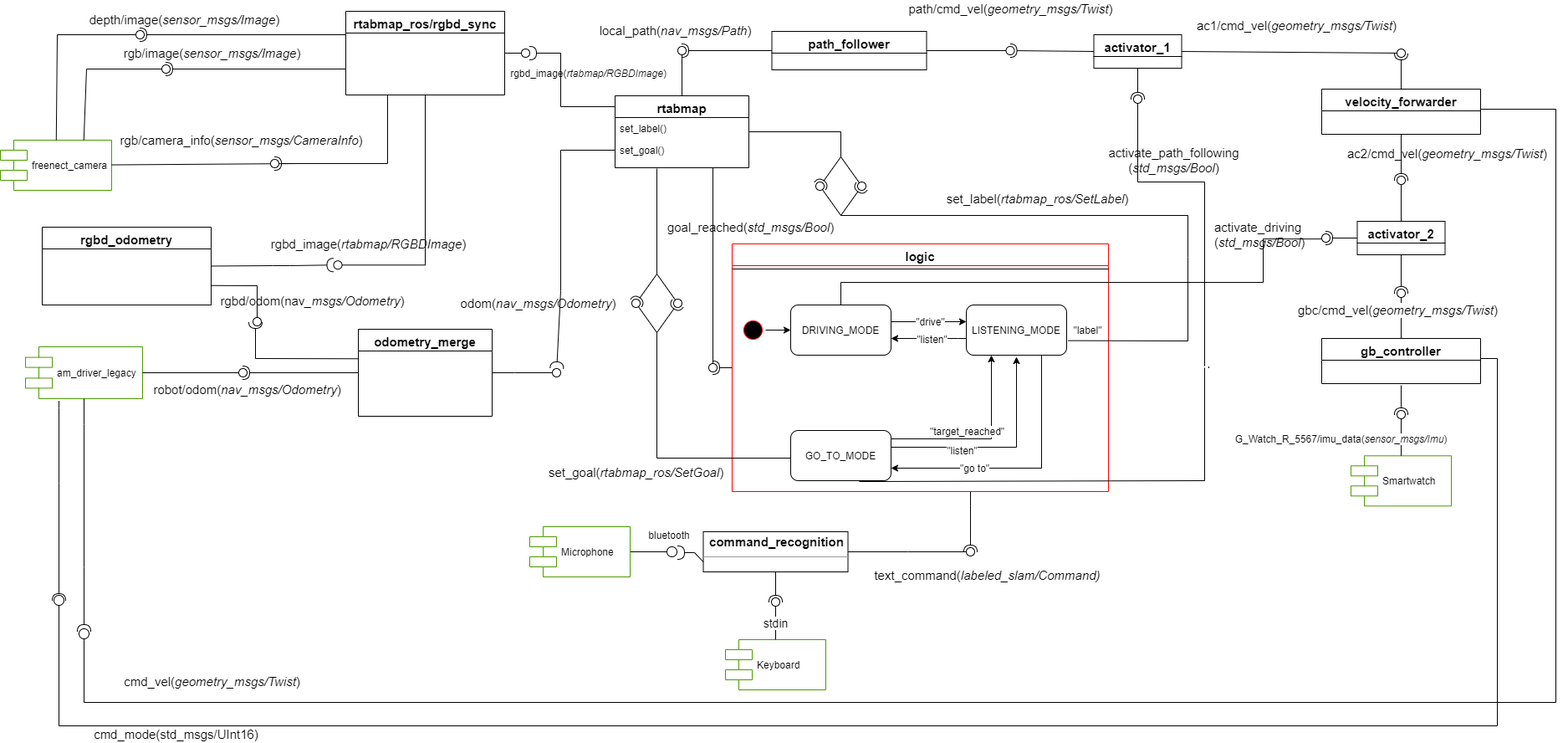
Before: UML.png, a diagram exported from draw.io (danieto98/SofAR_Project). Source tidied: cells renumbered, new cells last; positions are measured from the earlier drawing's top-left corner, leaving out a move shared by most shapes.
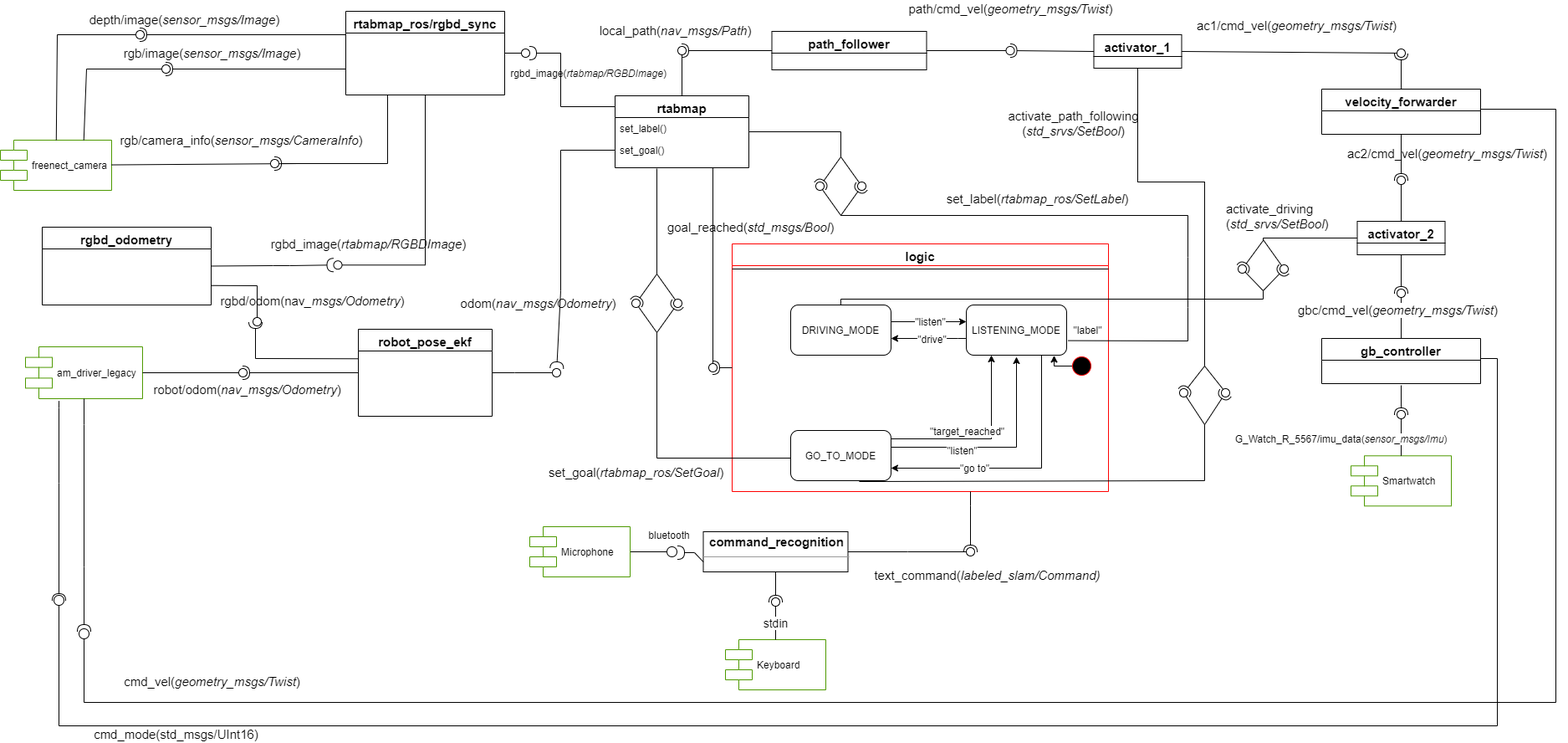
After the commit.

Commit message:
Updated UML with latest information for reporting

The edit, as a diff of the source:
```diff
@@ -11,7 +11,7 @@
     <mxCell id="4" value="set_goal()" style="text;align=left;verticalAlign=top;spacingLeft=4;spacingRight=4;overflow=hidden;points=[[0,0.5],[1,0.5]];portConstraint=eastwest;" parent="2" vertex="1">
       <mxGeometry y="52" width="160" height="26" as="geometry" />
     </mxCell>
-    <mxCell id="5" value="odometry_merge" style="swimlane;fontStyle=1;align=center;verticalAlign=top;horizontal=1;startSize=26;fontSize=15;" parent="1" vertex="1">
+    <mxCell id="5" value="robot_pose_ekf" style="swimlane;fontStyle=1;align=center;verticalAlign=top;horizontal=1;startSize=26;fontSize=15;" parent="1" vertex="1">
       <mxGeometry x="428" y="393" width="160" height="104" as="geometry" />
     </mxCell>
     <mxCell id="6" value="rtabmap_ros/rgbd_sync" style="swimlane;fontStyle=1;align=center;verticalAlign=top;horizontal=1;startSize=26;fontSize=15;" parent="1" vertex="1">
@@ -106,28 +106,31 @@
         </Array>
       </mxGeometry>
     </mxCell>
-    <mxCell id="26" value="&quot;drive&quot;" style="text;html=1;align=center;verticalAlign=middle;labelBackgroundColor=#ffffff;" parent="25" vertex="1">
+    <mxCell id="26" value="&quot;listen&quot;" style="text;html=1;align=center;verticalAlign=middle;labelBackgroundColor=#ffffff;" parent="25" vertex="1">
       <mxGeometry x="-0.21" y="1" relative="1" as="geometry">
         <mxPoint x="17" as="offset" />
       </mxGeometry>
     </mxCell>
-    <mxCell id="27" style="edgeStyle=orthogonalEdgeStyle;rounded=0;jettySize=auto;html=1;exitX=0.5;exitY=0;exitDx=0;exitDy=0;endArrow=none;endFill=0;entryX=-0.029;entryY=0.614;entryDx=0;entryDy=0;entryPerimeter=0;" parent="1" edge="1" source="28" target="119">
-      <mxGeometry relative="1" as="geometry">
-        <Array as="points">
-          <mxPoint x="1005" y="337" />
-          <mxPoint x="1510" y="337" />
-          <mxPoint x="1510" y="285" />
-        </Array>
-      </mxGeometry>
-    </mxCell>
+    <mxCell id="143" style="edgeStyle=orthogonalEdgeStyle;rounded=0;jettySize=auto;html=1;endArrow=none;endFill=0;" parent="1" edge="1" source="28">
+      <mxGeometry relative="1" as="geometry">
+        <mxPoint x="1510" y="347" as="targetPoint" />
+        <Array as="points">
+          <mxPoint x="1005" y="357" />
+        </Array>
+      </mxGeometry>
+    </mxCell>
     <mxCell id="28" value="DRIVING_MODE" style="rounded=1;whiteSpace=wrap;html=1;fillColor=#FFFFFF;" parent="1" vertex="1">
       <mxGeometry x="945" y="364" width="120" height="60" as="geometry" />
     </mxCell>
-    <mxCell id="29" style="edgeStyle=orthogonalEdgeStyle;rounded=0;jettySize=auto;html=1;entryX=0;entryY=0.5;entryDx=0;entryDy=0;" parent="1" edge="1" source="30" target="28">
-      <mxGeometry relative="1" as="geometry" />
+    <mxCell id="29" style="edgeStyle=elbowEdgeStyle;rounded=0;jettySize=auto;html=1;exitX=0.127;exitY=0.5;exitDx=0;exitDy=0;exitPerimeter=0;entryX=0.875;entryY=1.006;entryDx=0;entryDy=0;entryPerimeter=0;" parent="1" edge="1" source="30" target="35">
+      <mxGeometry relative="1" as="geometry">
+        <Array as="points">
+          <mxPoint x="1260" y="427" />
+        </Array>
+      </mxGeometry>
     </mxCell>
     <mxCell id="30" style="ellipse;html=1;shape=startState;fillColor=#000000;strokeColor=#ff0000;" parent="1" vertex="1">
-      <mxGeometry x="885" y="379" width="30" height="30" as="geometry" />
+      <mxGeometry x="1278" y="422" width="30" height="30" as="geometry" />
     </mxCell>
     <mxCell id="31" style="edgeStyle=orthogonalEdgeStyle;rounded=0;jettySize=auto;html=1;" parent="1" edge="1" source="35" target="28">
       <mxGeometry relative="1" as="geometry">
@@ -137,7 +140,7 @@
         </Array>
       </mxGeometry>
     </mxCell>
-    <mxCell id="32" value="&quot;listen&quot;" style="text;html=1;align=center;verticalAlign=middle;labelBackgroundColor=#ffffff;" parent="31" vertex="1">
+    <mxCell id="32" value="&quot;drive&quot;" style="text;html=1;align=center;verticalAlign=middle;labelBackgroundColor=#ffffff;" parent="31" vertex="1">
       <mxGeometry x="-0.07" relative="1" as="geometry" />
     </mxCell>
     <mxCell id="33" style="edgeStyle=orthogonalEdgeStyle;rounded=0;jettySize=auto;html=1;entryX=1;entryY=0.75;entryDx=0;entryDy=0;" parent="1" edge="1" source="35" target="40">
@@ -356,6 +359,7 @@
         <mxPoint x="1420" y="257" as="targetPoint" />
         <Array as="points">
           <mxPoint x="1420" y="407" />
+          <mxPoint x="1420" y="367" />
           <mxPoint x="1420" y="307" />
         </Array>
       </mxGeometry>
@@ -491,40 +495,32 @@
         <mxPoint x="82" y="33" as="offset" />
       </mxGeometry>
     </mxCell>
-    <mxCell id="118" style="rounded=0;jettySize=auto;html=1;endArrow=halfCircle;endFill=0;entryX=0.5;entryY=0.5;entryDx=0;entryDy=0;endSize=6;strokeWidth=1;fontSize=15;" parent="1" edge="1" source="108" target="119">
-      <mxGeometry relative="1" as="geometry" />
-    </mxCell>
-    <mxCell id="119" style="ellipse;whiteSpace=wrap;html=1;fontFamily=Helvetica;fontSize=12;fontColor=#000000;align=center;strokeColor=#000000;fillColor=#ffffff;points=[];" parent="1" vertex="1">
-      <mxGeometry x="1580" y="279" width="10" height="10" as="geometry" />
-    </mxCell>
+    <mxCell id="144" style="edgeStyle=orthogonalEdgeStyle;rounded=0;jettySize=auto;html=1;endArrow=none;endFill=0;exitX=0;exitY=0.5;exitDx=0;exitDy=0;" parent="1" edge="1" source="108">
+      <mxGeometry relative="1" as="geometry">
+        <mxPoint x="1510" y="287" as="targetPoint" />
+        <Array as="points">
+          <mxPoint x="1510" y="284" />
+        </Array>
+      </mxGeometry>
+    </mxCell>
-    <mxCell id="120" value="&lt;div&gt;&lt;font style=&quot;font-size: 15px&quot;&gt;activate_path_following&lt;/font&gt;&lt;/div&gt;&lt;div&gt;&lt;font style=&quot;font-size: 15px&quot;&gt;(&lt;i&gt;std_msgs/Bool&lt;/i&gt;)&lt;/font&gt;&lt;/div&gt;" style="text;html=1;align=center;verticalAlign=middle;labelBackgroundColor=#ffffff;" parent="1" vertex="1">
-      <mxGeometry x="1300" y="157" as="geometry">
+    <mxCell id="120" value="&lt;div&gt;&lt;font style=&quot;font-size: 15px&quot;&gt;activate_path_following&lt;/font&gt;&lt;/div&gt;&lt;div&gt;&lt;font style=&quot;font-size: 15px&quot;&gt;(&lt;/font&gt;&lt;font style=&quot;font-size: 15px&quot;&gt;&lt;font style=&quot;font-size: 15px&quot;&gt;&lt;i&gt;std_srvs/SetBool&lt;/i&gt;&lt;/font&gt;)&lt;/font&gt;&lt;/div&gt;" style="text;html=1;align=center;verticalAlign=middle;labelBackgroundColor=#ffffff;" parent="1" vertex="1">
+      <mxGeometry x="1180" y="113" as="geometry">
         <mxPoint x="102" y="33" as="offset" />
       </mxGeometry>
     </mxCell>
-    <mxCell id="121" style="rounded=0;jettySize=auto;html=1;endArrow=none;endFill=0;fontSize=15;" parent="1" edge="1" target="123">
+    <mxCell id="121" style="rounded=0;orthogonalLoop=1;jettySize=auto;html=1;endArrow=none;endFill=0;fontSize=15;" parent="1" edge="1">
       <mxGeometry relative="1" as="geometry">
-        <mxPoint x="1440" y="437" as="sourcePoint" />
+        <mxPoint x="1440" y="427" as="sourcePoint" />
+        <mxPoint x="1360" y="123" as="targetPoint" />
         <Array as="points">
           <mxPoint x="1440" y="217" />
           <mxPoint x="1360" y="217" />
         </Array>
       </mxGeometry>
     </mxCell>
-    <mxCell id="122" style="rounded=0;jettySize=auto;html=1;endArrow=halfCircle;endFill=0;endSize=6;strokeWidth=1;fontSize=15;exitX=0.5;exitY=1;exitDx=0;exitDy=0;" parent="1" edge="1" source="63">
-      <mxGeometry relative="1" as="geometry">
-        <mxPoint x="1360" y="118" as="targetPoint" />
-      </mxGeometry>
-    </mxCell>
-    <mxCell id="123" style="ellipse;whiteSpace=wrap;html=1;fontFamily=Helvetica;fontSize=12;fontColor=#000000;align=center;strokeColor=#000000;fillColor=#ffffff;points=[];" parent="1" vertex="1">
-      <mxGeometry x="1355" y="113" width="10" height="10" as="geometry" />
-    </mxCell>
-    <mxCell id="124" style="line;strokeWidth=1;fillColor=none;align=left;verticalAlign=middle;spacingTop=-5;spacingLeft=-4;spacingRight=3;labelPosition=right;fontSize=15;direction=south;" parent="1" vertex="1">
-      <mxGeometry x="1440" y="437.5" width="10" height="2" as="geometry" />
-    </mxCell>
     <mxCell id="125" style="rounded=0;jettySize=auto;html=1;endArrow=none;endFill=0;fontSize=15;exitX=0.683;exitY=1.017;exitDx=0;exitDy=0;exitPerimeter=0;" parent="1" edge="1" source="40">
       <mxGeometry relative="1" as="geometry">
-        <mxPoint x="1440" y="439" as="targetPoint" />
+        <mxPoint x="1440" y="507" as="targetPoint" />
         <Array as="points">
           <mxPoint x="1440" y="574" />
         </Array>
@@ -615,8 +611,70 @@
     <mxCell id="141" value="bluetooth" style="text;html=1;strokeColor=none;fillColor=none;align=center;verticalAlign=middle;whiteSpace=wrap;rounded=0;" parent="1" vertex="1">
       <mxGeometry x="780" y="629" width="40" height="20" as="geometry" />
     </mxCell>
-    <mxCell id="142" value="&lt;div&gt;&lt;font style=&quot;font-size: 15px&quot;&gt;activate_driving&lt;/font&gt;&lt;/div&gt;&lt;div&gt;&lt;font style=&quot;font-size: 15px&quot;&gt;(&lt;i&gt;std_msgs/Bool&lt;/i&gt;)&lt;/font&gt;&lt;/div&gt;" style="text;html=1;" parent="1" vertex="1">
-      <mxGeometry x="1450" y="256" width="150" height="30" as="geometry" />
-    </mxCell>
+    <mxCell id="145" style="rounded=0;orthogonalLoop=1;jettySize=auto;html=1;endArrow=none;endFill=0;fontSize=15;" parent="1" edge="1">
+      <mxGeometry relative="1" as="geometry">
+        <mxPoint x="1440" y="437" as="sourcePoint" />
+        <mxPoint x="1462.3" y="465" as="targetPoint" />
+      </mxGeometry>
+    </mxCell>
+    <mxCell id="146" style="rounded=0;jettySize=auto;html=1;endArrow=halfCircle;endFill=0;entryX=0.5;entryY=0.5;entryDx=0;entryDy=0;endSize=6;strokeWidth=1;fontSize=15;" parent="1" edge="1" target="147">
+      <mxGeometry relative="1" as="geometry">
+        <mxPoint x="1440" y="507" as="sourcePoint" />
+      </mxGeometry>
+    </mxCell>
+    <mxCell id="147" style="ellipse;whiteSpace=wrap;html=1;fontFamily=Helvetica;fontSize=12;fontColor=#000000;align=center;strokeColor=#000000;fillColor=#ffffff;points=[];" parent="1" vertex="1">
+      <mxGeometry x="1460" y="464" width="10" height="10" as="geometry" />
+    </mxCell>
+    <mxCell id="148" style="rounded=0;jettySize=auto;html=1;endArrow=none;endFill=0;fontSize=15;" parent="1" edge="1" target="150">
+      <mxGeometry relative="1" as="geometry">
+        <mxPoint x="1440" y="507" as="sourcePoint" />
+      </mxGeometry>
+    </mxCell>
+    <mxCell id="149" style="rounded=0;jettySize=auto;html=1;endArrow=halfCircle;endFill=0;entryX=0.5;entryY=0.5;entryDx=0;entryDy=0;endSize=6;strokeWidth=1;fontSize=15;" parent="1" edge="1" target="150">
+      <mxGeometry relative="1" as="geometry">
+        <mxPoint x="1440" y="437" as="sourcePoint" />
+      </mxGeometry>
+    </mxCell>
+    <mxCell id="150" style="ellipse;whiteSpace=wrap;html=1;fontFamily=Helvetica;fontSize=12;fontColor=#000000;align=center;strokeColor=#000000;fillColor=#ffffff;points=[];" parent="1" vertex="1">
+      <mxGeometry x="1410" y="464" width="10" height="10" as="geometry" />
+    </mxCell>
+    <mxCell id="151" style="rounded=0;jettySize=auto;html=1;endArrow=none;endFill=0;fontSize=15;entryX=0.5;entryY=1;entryDx=0;entryDy=0;" parent="1" edge="1" target="63">
+      <mxGeometry relative="1" as="geometry">
+        <mxPoint x="1440" y="437" as="sourcePoint" />
+        <Array as="points">
+          <mxPoint x="1440" y="217" />
+          <mxPoint x="1360" y="217" />
+        </Array>
+      </mxGeometry>
+    </mxCell>
+    <mxCell id="152" style="rounded=0;jettySize=auto;html=1;endArrow=none;endFill=0;fontSize=15;" parent="1" edge="1" target="154">
+      <mxGeometry relative="1" as="geometry">
+        <mxPoint x="1510" y="286" as="sourcePoint" />
+      </mxGeometry>
+    </mxCell>
+    <mxCell id="153" style="rounded=0;jettySize=auto;html=1;endArrow=halfCircle;endFill=0;entryX=0.5;entryY=0.5;entryDx=0;entryDy=0;endSize=6;strokeWidth=1;fontSize=15;" parent="1" edge="1" target="154">
+      <mxGeometry relative="1" as="geometry">
+        <mxPoint x="1510" y="347" as="sourcePoint" />
+      </mxGeometry>
+    </mxCell>
+    <mxCell id="154" style="ellipse;whiteSpace=wrap;html=1;fontFamily=Helvetica;fontSize=12;fontColor=#000000;align=center;strokeColor=#000000;fillColor=#ffffff;points=[];" parent="1" vertex="1">
+      <mxGeometry x="1530" y="316" width="10" height="10" as="geometry" />
+    </mxCell>
+    <mxCell id="155" style="rounded=0;jettySize=auto;html=1;endArrow=none;endFill=0;fontSize=15;" parent="1" edge="1" target="157">
+      <mxGeometry relative="1" as="geometry">
+        <mxPoint x="1510" y="347" as="sourcePoint" />
+      </mxGeometry>
+    </mxCell>
+    <mxCell id="156" style="rounded=0;jettySize=auto;html=1;endArrow=halfCircle;endFill=0;entryX=0.5;entryY=0.5;entryDx=0;entryDy=0;endSize=6;strokeWidth=1;fontSize=15;" parent="1" edge="1" target="157">
+      <mxGeometry relative="1" as="geometry">
+        <mxPoint x="1510" y="287" as="sourcePoint" />
+      </mxGeometry>
+    </mxCell>
+    <mxCell id="157" style="ellipse;whiteSpace=wrap;html=1;fontFamily=Helvetica;fontSize=12;fontColor=#000000;align=center;strokeColor=#000000;fillColor=#ffffff;points=[];" parent="1" vertex="1">
+      <mxGeometry x="1480" y="316" width="10" height="10" as="geometry" />
+    </mxCell>
+    <mxCell id="158" value="&lt;div style=&quot;font-size: 15px&quot;&gt;&lt;font style=&quot;font-size: 15px&quot;&gt;activate_driving&lt;/font&gt;&lt;/div&gt;&lt;div style=&quot;font-size: 15px&quot;&gt;&lt;font style=&quot;font-size: 15px&quot;&gt;(&lt;i&gt;std_srvs/SetBool&lt;/i&gt;)&lt;/font&gt;&lt;/div&gt;" style="text;html=1;" parent="1" vertex="1">
+      <mxGeometry x="1464" y="234" width="220" height="30" as="geometry" />
+    </mxCell>
   </root>
 </mxGraphModel>
```
